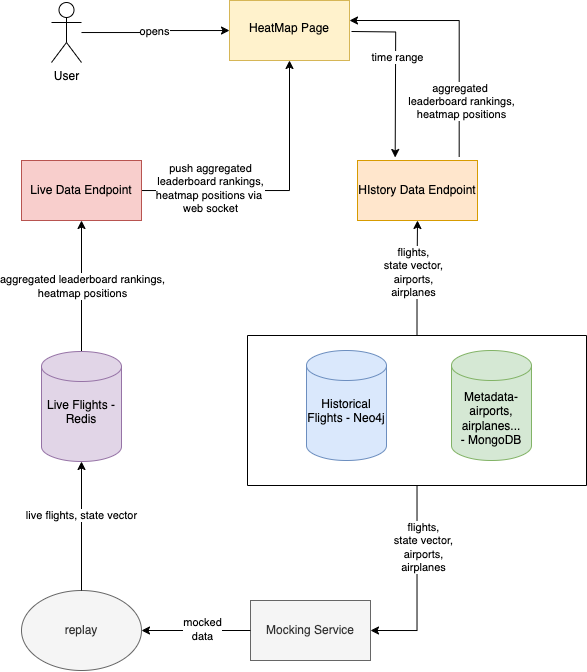
This is use-cases/heatmap/heatmap-dfd.drawio.png from Spring-Roll-Sauerkraut-Squad/mergeme, a draw.io export, as it was before one commit. Source tidied: cells renumbered, new cells last; positions are measured from the earlier drawing's top-left corner, leaving out a move shared by most shapes. The source it was exported from:
```xml
<mxGraphModel>
  <root>
    <mxCell id="0" />
    <mxCell id="1" parent="0" />
    <mxCell id="2" style="edgeStyle=orthogonalEdgeStyle;rounded=0;jettySize=auto;html=1;" parent="1" edge="1" source="4" target="20">
      <mxGeometry relative="1" as="geometry" />
    </mxCell>
    <mxCell id="3" value="opens" style="edgeLabel;html=1;align=center;verticalAlign=middle;" parent="2" vertex="1">
      <mxGeometry y="1" relative="1" as="geometry" />
    </mxCell>
    <mxCell id="4" value="User" style="shape=umlActor;verticalLabelPosition=bottom;verticalAlign=top;html=1;" parent="1" vertex="1">
      <mxGeometry x="30" y="2" width="30" height="60" as="geometry" />
    </mxCell>
    <mxCell id="5" value="&lt;div&gt;&lt;div&gt;Metadata- airports, airplanes...&lt;/div&gt;&lt;/div&gt;&lt;div&gt;- MongoDB&lt;/div&gt;" style="shape=cylinder3;whiteSpace=wrap;html=1;boundedLbl=1;backgroundOutline=1;size=15;fillColor=#d5e8d4;strokeColor=#82b366;" parent="1" vertex="1">
      <mxGeometry x="430" y="350" width="80" height="110" as="geometry" />
    </mxCell>
    <mxCell id="6" style="edgeStyle=orthogonalEdgeStyle;rounded=0;jettySize=auto;html=1;entryX=0.5;entryY=1;entryDx=0;entryDy=0;" parent="1" edge="1" source="8" target="23">
      <mxGeometry relative="1" as="geometry" />
    </mxCell>
    <mxCell id="7" value="aggregated leaderboard rankings,&lt;div&gt;heatmap positions&lt;/div&gt;" style="edgeLabel;html=1;align=center;verticalAlign=middle;" parent="6" vertex="1">
      <mxGeometry y="-1" relative="1" as="geometry" />
    </mxCell>
    <mxCell id="8" value="Live Flights - Redis&lt;div&gt;&lt;div&gt;&lt;div&gt;&lt;br&gt;&lt;/div&gt;&lt;/div&gt;&lt;/div&gt;" style="shape=cylinder3;whiteSpace=wrap;html=1;boundedLbl=1;backgroundOutline=1;size=15;fillColor=#e1d5e7;strokeColor=#9673a6;" parent="1" vertex="1">
      <mxGeometry x="20" y="351" width="80" height="110" as="geometry" />
    </mxCell>
    <mxCell id="9" value="Moc&lt;span style=&quot;background-color: initial;&quot;&gt;king Service&lt;/span&gt;" style="rounded=0;whiteSpace=wrap;html=1;fillColor=#f5f5f5;strokeColor=#666666;fontColor=#333333;" parent="1" vertex="1">
      <mxGeometry x="229" y="600" width="120" height="60" as="geometry" />
    </mxCell>
    <mxCell id="10" style="edgeStyle=orthogonalEdgeStyle;rounded=0;jettySize=auto;html=1;entryX=1;entryY=0.5;entryDx=0;entryDy=0;" parent="1" edge="1" source="9" target="13">
      <mxGeometry relative="1" as="geometry" />
    </mxCell>
    <mxCell id="11" value="mocked&lt;div&gt;data&lt;/div&gt;" style="edgeLabel;html=1;align=center;verticalAlign=middle;" parent="10" vertex="1">
      <mxGeometry x="-0.11" y="-1" relative="1" as="geometry" />
    </mxCell>
    <mxCell id="12" value="Historical Flights -&amp;nbsp;&lt;span style=&quot;background-color: initial;&quot;&gt;Neo4j&lt;/span&gt;&lt;div&gt;&lt;div&gt;&lt;br&gt;&lt;/div&gt;&lt;/div&gt;" style="shape=cylinder3;whiteSpace=wrap;html=1;boundedLbl=1;backgroundOutline=1;size=15;fillColor=#dae8fc;strokeColor=#6c8ebf;" parent="1" vertex="1">
      <mxGeometry x="285" y="350" width="80" height="110" as="geometry" />
    </mxCell>
    <mxCell id="13" value="replay" style="ellipse;whiteSpace=wrap;html=1;fillColor=#f5f5f5;strokeColor=#666666;fontColor=#333333;" parent="1" vertex="1">
      <mxGeometry y="590" width="120" height="80" as="geometry" />
    </mxCell>
    <mxCell id="14" style="edgeStyle=orthogonalEdgeStyle;rounded=0;jettySize=auto;html=1;entryX=1;entryY=0.5;entryDx=0;entryDy=0;" parent="1" edge="1" source="19" target="9">
      <mxGeometry relative="1" as="geometry" />
    </mxCell>
    <mxCell id="15" value="flights,&lt;div&gt;state vector,&lt;/div&gt;&lt;div&gt;&amp;nbsp;airports,&amp;nbsp;&lt;/div&gt;&lt;div&gt;airplanes&lt;/div&gt;" style="edgeLabel;html=1;align=center;verticalAlign=middle;" parent="14" vertex="1">
      <mxGeometry x="-0.36" y="6" relative="1" as="geometry" />
    </mxCell>
    <mxCell id="16" style="edgeStyle=orthogonalEdgeStyle;rounded=0;jettySize=auto;html=1;exitX=0.5;exitY=0;exitDx=0;exitDy=0;entryX=0.5;entryY=1;entryDx=0;entryDy=0;" parent="1" edge="1" source="19" target="24">
      <mxGeometry relative="1" as="geometry" />
    </mxCell>
    <mxCell id="17" value="&lt;span style=&quot;color: rgba(0, 0, 0, 0); font-family: monospace; font-size: 0px; text-align: start; background-color: rgb(251, 251, 251);&quot;&gt;%3CmxGraphModel%3E%3Croot%3E%3CmxCell%20id%3D%220%22%2F%3E%3CmxCell%20id%3D%221%22%20parent%3D%220%22%2F%3E%3CmxCell%20id%3D%222%22%20value%3D%22flights%2C%2C%26lt%3Bdiv%26gt%3Bstate%20vector%2C%26lt%3B%2Fdiv%26gt%3B%26lt%3Bdiv%26gt%3B%26amp%3Bnbsp%3Bairports%2C%26amp%3Bnbsp%3B%26lt%3B%2Fdiv%26gt%3B%26lt%3Bdiv%26gt%3Bairplanes%26lt%3B%2Fdiv%26gt%3B%22%20style%3D%22edgeLabel%3Bhtml%3D1%3Balign%3Dcenter%3BverticalAlign%3Dmiddle%3Bresizable%3D0%3Bpoints%3D%5B%5D%3B%22%20vertex%3D%221%22%20connectable%3D%220%22%20parent%3D%221%22%3E%3CmxGeometry%20x%3D%22841.5%22%20y%3D%22867%22%20as%3D%22geometry%22%2F%3E%3C%2FmxCell%3E%3C%2Froot%3E%3C%2FmxGraphModel%3E&lt;/span&gt;" style="edgeLabel;html=1;align=center;verticalAlign=middle;" parent="16" vertex="1">
      <mxGeometry x="0.27" y="-2" relative="1" as="geometry" />
    </mxCell>
    <mxCell id="18" value="flights,&lt;div&gt;state vector,&lt;/div&gt;&lt;div&gt;&amp;nbsp;airports,&amp;nbsp;&lt;/div&gt;&lt;div&gt;airplanes&lt;/div&gt;" style="edgeLabel;html=1;align=center;verticalAlign=middle;" parent="16" vertex="1">
      <mxGeometry x="0.23" y="4" relative="1" as="geometry">
        <mxPoint y="7" as="offset" />
      </mxGeometry>
    </mxCell>
    <mxCell id="19" style="swimlane;startSize=0;" parent="1" vertex="1">
      <mxGeometry x="226" y="335" width="339" height="150" as="geometry" />
    </mxCell>
    <mxCell id="20" value="&lt;br&gt;HeatMap Page" style="whiteSpace=wrap;html=1;verticalAlign=top;fillColor=#fff2cc;strokeColor=#d6b656;" parent="1" vertex="1">
      <mxGeometry x="208" width="120" height="60" as="geometry" />
    </mxCell>
    <mxCell id="21" style="edgeStyle=orthogonalEdgeStyle;rounded=0;jettySize=auto;html=1;" parent="1" edge="1" source="23" target="20">
      <mxGeometry relative="1" as="geometry" />
    </mxCell>
    <mxCell id="22" value="push aggregated&lt;div&gt;leaderboard rankings,&lt;br&gt;heatmap positions via&amp;nbsp;&lt;div&gt;web socket&lt;/div&gt;&lt;/div&gt;" style="edgeLabel;html=1;align=center;verticalAlign=middle;" parent="21" vertex="1">
      <mxGeometry x="-0.51" y="2" relative="1" as="geometry" />
    </mxCell>
    <mxCell id="23" value="Live Data Endpoint" style="rounded=0;whiteSpace=wrap;html=1;fillColor=#f8cecc;strokeColor=#b85450;" parent="1" vertex="1">
      <mxGeometry y="160" width="120" height="60" as="geometry" />
    </mxCell>
    <mxCell id="24" value="HIstory Data Endpoint" style="rounded=0;whiteSpace=wrap;html=1;fillColor=#ffe6cc;strokeColor=#d79b00;" parent="1" vertex="1">
      <mxGeometry x="336" y="160" width="120" height="60" as="geometry" />
    </mxCell>
    <mxCell id="25" style="edgeStyle=orthogonalEdgeStyle;rounded=0;orthogonalLoop=1;jettySize=auto;html=1;entryX=0.439;entryY=-0.05;entryDx=0;entryDy=0;entryPerimeter=0;" parent="1" edge="1">
      <mxGeometry relative="1" as="geometry">
        <mxPoint x="330" y="31" as="sourcePoint" />
        <mxPoint x="373.7" y="157" as="targetPoint" />
      </mxGeometry>
    </mxCell>
    <mxCell id="26" value="time range" style="edgeLabel;html=1;align=center;verticalAlign=middle;" parent="25" vertex="1">
      <mxGeometry x="0.21" y="2" relative="1" as="geometry">
        <mxPoint y="-33" as="offset" />
      </mxGeometry>
    </mxCell>
    <mxCell id="27" style="edgeStyle=orthogonalEdgeStyle;rounded=0;jettySize=auto;html=1;entryX=0.5;entryY=1;entryDx=0;entryDy=0;entryPerimeter=0;" parent="1" edge="1" source="13" target="8">
      <mxGeometry relative="1" as="geometry" />
    </mxCell>
    <mxCell id="28" value="live flights, state vector" style="edgeLabel;html=1;align=center;verticalAlign=middle;" parent="27" vertex="1">
      <mxGeometry x="0.16" relative="1" as="geometry" />
    </mxCell>
    <mxCell id="29" style="rounded=0;orthogonalLoop=1;jettySize=auto;html=1;edgeStyle=orthogonalEdgeStyle;exitX=0.864;exitY=-0.059;exitDx=0;exitDy=0;exitPerimeter=0;" parent="1" edge="1">
      <mxGeometry relative="1" as="geometry">
        <mxPoint x="437.7" y="156.5" as="sourcePoint" />
        <mxPoint x="328" y="20" as="targetPoint" />
        <Array as="points">
          <mxPoint x="438" y="20" />
        </Array>
      </mxGeometry>
    </mxCell>
    <mxCell id="30" value="&lt;div&gt;aggregated&amp;nbsp;&lt;br&gt;&lt;/div&gt;&lt;div&gt;leaderboard rankings,&lt;div&gt;heatmap positions&lt;/div&gt;&lt;/div&gt;" style="edgeLabel;html=1;align=center;verticalAlign=middle;" parent="29" vertex="1">
      <mxGeometry x="-0.44" y="-2" relative="1" as="geometry">
        <mxPoint y="13" as="offset" />
      </mxGeometry>
    </mxCell>
  </root>
</mxGraphModel>
```
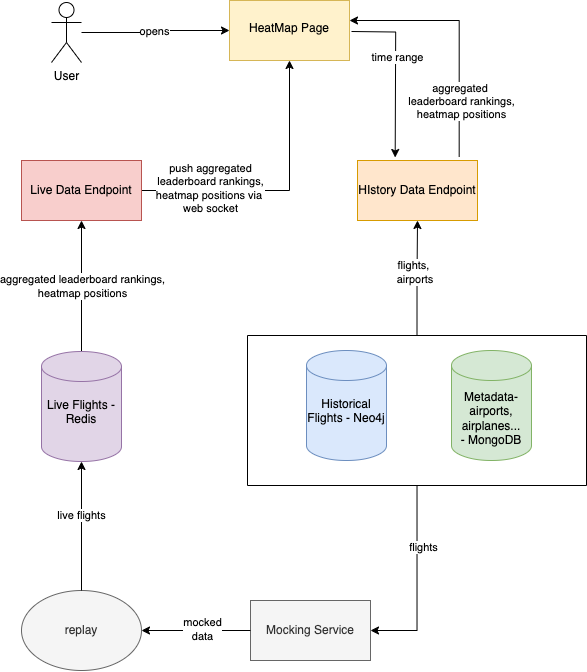
Above is the later version.

Commit message:
dataset: airports populating

What changed in the source:
```diff
@@ -41,7 +41,7 @@
     <mxCell id="14" style="edgeStyle=orthogonalEdgeStyle;rounded=0;jettySize=auto;html=1;entryX=1;entryY=0.5;entryDx=0;entryDy=0;" parent="1" edge="1" source="19" target="9">
       <mxGeometry relative="1" as="geometry" />
     </mxCell>
-    <mxCell id="15" value="flights,&lt;div&gt;state vector,&lt;/div&gt;&lt;div&gt;&amp;nbsp;airports,&amp;nbsp;&lt;/div&gt;&lt;div&gt;airplanes&lt;/div&gt;" style="edgeLabel;html=1;align=center;verticalAlign=middle;" parent="14" vertex="1">
+    <mxCell id="15" value="flights" style="edgeLabel;html=1;align=center;verticalAlign=middle;" parent="14" vertex="1">
       <mxGeometry x="-0.36" y="6" relative="1" as="geometry" />
     </mxCell>
     <mxCell id="16" style="edgeStyle=orthogonalEdgeStyle;rounded=0;jettySize=auto;html=1;exitX=0.5;exitY=0;exitDx=0;exitDy=0;entryX=0.5;entryY=1;entryDx=0;entryDy=0;" parent="1" edge="1" source="19" target="24">
@@ -50,7 +50,7 @@
     <mxCell id="17" value="&lt;span style=&quot;color: rgba(0, 0, 0, 0); font-family: monospace; font-size: 0px; text-align: start; background-color: rgb(251, 251, 251);&quot;&gt;%3CmxGraphModel%3E%3Croot%3E%3CmxCell%20id%3D%220%22%2F%3E%3CmxCell%20id%3D%221%22%20parent%3D%220%22%2F%3E%3CmxCell%20id%3D%222%22%20value%3D%22flights%2C%2C%26lt%3Bdiv%26gt%3Bstate%20vector%2C%26lt%3B%2Fdiv%26gt%3B%26lt%3Bdiv%26gt%3B%26amp%3Bnbsp%3Bairports%2C%26amp%3Bnbsp%3B%26lt%3B%2Fdiv%26gt%3B%26lt%3Bdiv%26gt%3Bairplanes%26lt%3B%2Fdiv%26gt%3B%22%20style%3D%22edgeLabel%3Bhtml%3D1%3Balign%3Dcenter%3BverticalAlign%3Dmiddle%3Bresizable%3D0%3Bpoints%3D%5B%5D%3B%22%20vertex%3D%221%22%20connectable%3D%220%22%20parent%3D%221%22%3E%3CmxGeometry%20x%3D%22841.5%22%20y%3D%22867%22%20as%3D%22geometry%22%2F%3E%3C%2FmxCell%3E%3C%2Froot%3E%3C%2FmxGraphModel%3E&lt;/span&gt;" style="edgeLabel;html=1;align=center;verticalAlign=middle;" parent="16" vertex="1">
       <mxGeometry x="0.27" y="-2" relative="1" as="geometry" />
     </mxCell>
-    <mxCell id="18" value="flights,&lt;div&gt;state vector,&lt;/div&gt;&lt;div&gt;&amp;nbsp;airports,&amp;nbsp;&lt;/div&gt;&lt;div&gt;airplanes&lt;/div&gt;" style="edgeLabel;html=1;align=center;verticalAlign=middle;" parent="16" vertex="1">
+    <mxCell id="18" value="flights,&lt;div&gt;&amp;nbsp;airports&lt;/div&gt;" style="edgeLabel;html=1;align=center;verticalAlign=middle;" parent="16" vertex="1">
       <mxGeometry x="0.23" y="4" relative="1" as="geometry">
         <mxPoint y="7" as="offset" />
       </mxGeometry>
@@ -87,7 +87,7 @@
     <mxCell id="27" style="edgeStyle=orthogonalEdgeStyle;rounded=0;jettySize=auto;html=1;entryX=0.5;entryY=1;entryDx=0;entryDy=0;entryPerimeter=0;" parent="1" edge="1" source="13" target="8">
       <mxGeometry relative="1" as="geometry" />
     </mxCell>
-    <mxCell id="28" value="live flights, state vector" style="edgeLabel;html=1;align=center;verticalAlign=middle;" parent="27" vertex="1">
+    <mxCell id="28" value="live flights" style="edgeLabel;html=1;align=center;verticalAlign=middle;" parent="27" vertex="1">
       <mxGeometry x="0.16" relative="1" as="geometry" />
     </mxCell>
     <mxCell id="29" style="rounded=0;orthogonalLoop=1;jettySize=auto;html=1;edgeStyle=orthogonalEdgeStyle;exitX=0.864;exitY=-0.059;exitDx=0;exitDy=0;exitPerimeter=0;" parent="1" edge="1">
```
